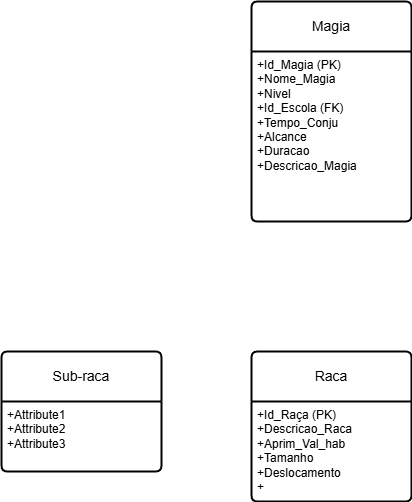
Above: magias.drawio.png in VitorFonseca123/DnD-RPG (draw.io), before the change. Source tidied: cells renumbered, new cells last; positions are measured from the earlier drawing's top-left corner, leaving out a move shared by most shapes. Its diagram source:
```xml
<mxGraphModel>
  <root>
    <mxCell id="0" />
    <mxCell id="1" parent="0" />
    <mxCell id="2" value="Magia" style="swimlane;horizontal=1;startSize=50;rounded=1;fontSize=14;fontStyle=0;strokeWidth=2;shadow=0;dashed=0;align=center;arcSize=4;whiteSpace=wrap;html=1;" parent="1" vertex="1">
      <mxGeometry x="250" width="160" height="220" as="geometry" />
    </mxCell>
    <mxCell id="3" value="+Id_Magia (PK)&lt;br&gt;+Nome_Magia&lt;div&gt;+Nivel&lt;/div&gt;&lt;div&gt;+Id_Escola (FK)&lt;br&gt;+Tempo_Conju&amp;nbsp;&lt;div&gt;+Alcance&lt;/div&gt;&lt;div&gt;+Duracao&lt;/div&gt;&lt;div&gt;+Descricao_Magia&lt;/div&gt;&lt;/div&gt;" style="align=left;strokeColor=none;fillColor=none;spacingLeft=4;spacingRight=4;fontSize=12;verticalAlign=top;html=1;whiteSpace=wrap;" parent="2" vertex="1">
      <mxGeometry y="50" width="160" height="170" as="geometry" />
    </mxCell>
    <mxCell id="4" value="Raca" style="swimlane;horizontal=1;startSize=50;rounded=1;fontSize=14;fontStyle=0;strokeWidth=2;shadow=0;dashed=0;align=center;arcSize=4;whiteSpace=wrap;html=1;rotation=0;" parent="1" vertex="1">
      <mxGeometry x="250" y="350" width="160" height="150" as="geometry" />
    </mxCell>
    <mxCell id="5" value="+Id_Raça (PK)&lt;br&gt;+Descricao_Raca&lt;br&gt;+Aprim_Val_hab&lt;div&gt;+Tamanho&lt;/div&gt;&lt;div&gt;+Deslocamento&lt;/div&gt;&lt;div&gt;+&lt;/div&gt;" style="align=left;strokeColor=none;fillColor=none;spacingLeft=4;spacingRight=4;fontSize=12;verticalAlign=top;html=1;whiteSpace=wrap;" parent="4" vertex="1">
      <mxGeometry y="50" width="160" height="100" as="geometry" />
    </mxCell>
    <mxCell id="6" value="Sub-raca" style="swimlane;horizontal=1;startSize=50;rounded=1;fontSize=14;fontStyle=0;strokeWidth=2;shadow=0;dashed=0;align=center;arcSize=4;whiteSpace=wrap;html=1;" parent="1" vertex="1">
      <mxGeometry y="350" width="160" height="120" as="geometry" />
    </mxCell>
    <mxCell id="7" value="+Attribute1&#10;+Attribute2&#10;+Attribute3" style="align=left;strokeColor=none;fillColor=none;spacingLeft=4;spacingRight=4;fontSize=12;verticalAlign=top;html=1;whiteSpace=wrap;" parent="6" vertex="1">
      <mxGeometry y="50" width="160" height="70" as="geometry" />
    </mxCell>
  </root>
</mxGraphModel>
```
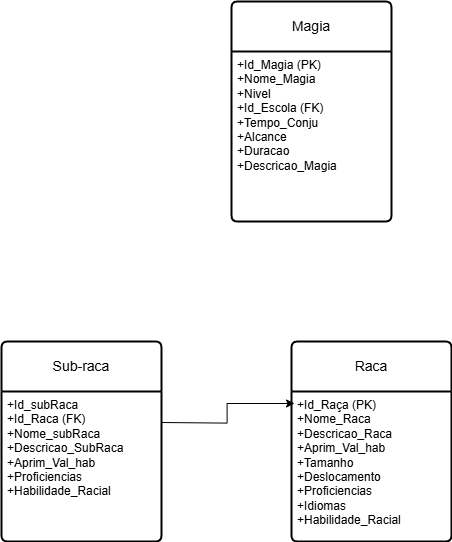
Later version of the same file.

The edit, as a diff of the source:
```diff
@@ -9,16 +9,21 @@
       <mxGeometry y="50" width="160" height="170" as="geometry" />
     </mxCell>
     <mxCell id="4" value="Raca" style="swimlane;horizontal=1;startSize=50;rounded=1;fontSize=14;fontStyle=0;strokeWidth=2;shadow=0;dashed=0;align=center;arcSize=4;whiteSpace=wrap;html=1;rotation=0;" parent="1" vertex="1">
-      <mxGeometry x="250" y="350" width="160" height="150" as="geometry" />
+      <mxGeometry x="310" y="340" width="160" height="200" as="geometry" />
     </mxCell>
-    <mxCell id="5" value="+Id_Raça (PK)&lt;br&gt;+Descricao_Raca&lt;br&gt;+Aprim_Val_hab&lt;div&gt;+Tamanho&lt;/div&gt;&lt;div&gt;+Deslocamento&lt;/div&gt;&lt;div&gt;+&lt;/div&gt;" style="align=left;strokeColor=none;fillColor=none;spacingLeft=4;spacingRight=4;fontSize=12;verticalAlign=top;html=1;whiteSpace=wrap;" parent="4" vertex="1">
-      <mxGeometry y="50" width="160" height="100" as="geometry" />
+    <mxCell id="5" value="+Id_Raça (PK)&lt;br&gt;+Nome_Raca&lt;br&gt;&lt;div&gt;+Descricao_Raca&lt;br&gt;+Aprim_Val_hab&lt;div&gt;+Tamanho&lt;/div&gt;&lt;div&gt;+Deslocamento&lt;/div&gt;&lt;div&gt;+Proficiencias&lt;/div&gt;&lt;/div&gt;&lt;div&gt;+Idiomas&lt;/div&gt;&lt;div&gt;+Habilidade_Racial&lt;/div&gt;" style="align=left;strokeColor=none;fillColor=none;spacingLeft=4;spacingRight=4;fontSize=12;verticalAlign=top;html=1;whiteSpace=wrap;rotation=0;" parent="4" vertex="1">
+      <mxGeometry y="50" width="160" height="150" as="geometry" />
     </mxCell>
-    <mxCell id="6" value="Sub-raca" style="swimlane;horizontal=1;startSize=50;rounded=1;fontSize=14;fontStyle=0;strokeWidth=2;shadow=0;dashed=0;align=center;arcSize=4;whiteSpace=wrap;html=1;" parent="1" vertex="1">
-      <mxGeometry y="350" width="160" height="120" as="geometry" />
+    <mxCell id="6" value="Sub-raca" style="swimlane;horizontal=1;startSize=50;rounded=1;fontSize=14;fontStyle=0;strokeWidth=2;shadow=0;dashed=0;align=center;arcSize=4;whiteSpace=wrap;html=1;rotation=0;" parent="1" vertex="1">
+      <mxGeometry x="20" y="340" width="160" height="200" as="geometry" />
     </mxCell>
-    <mxCell id="7" value="+Attribute1&#10;+Attribute2&#10;+Attribute3" style="align=left;strokeColor=none;fillColor=none;spacingLeft=4;spacingRight=4;fontSize=12;verticalAlign=top;html=1;whiteSpace=wrap;" parent="6" vertex="1">
-      <mxGeometry y="50" width="160" height="70" as="geometry" />
+    <mxCell id="7" value="+Id_subRaca&lt;div&gt;+Id_Raca (FK)&lt;br&gt;&lt;div&gt;+Nome_subRaca&lt;br&gt;+Descricao_SubRaca&lt;br&gt;+&lt;span style=&quot;background-color: transparent; color: light-dark(rgb(0, 0, 0), rgb(255, 255, 255));&quot;&gt;Aprim_Val_hab&lt;/span&gt;&lt;/div&gt;&lt;div&gt;&lt;span style=&quot;background-color: transparent; color: light-dark(rgb(0, 0, 0), rgb(255, 255, 255));&quot;&gt;+Proficiencias&lt;/span&gt;&lt;/div&gt;&lt;div&gt;&lt;span style=&quot;background-color: transparent; color: light-dark(rgb(0, 0, 0), rgb(255, 255, 255));&quot;&gt;+Habilidade_Racial&lt;/span&gt;&lt;/div&gt;&lt;/div&gt;" style="align=left;strokeColor=none;fillColor=none;spacingLeft=4;spacingRight=4;fontSize=12;verticalAlign=top;html=1;whiteSpace=wrap;" parent="6" vertex="1">
+      <mxGeometry y="50" width="160" height="150" as="geometry" />
     </mxCell>
+    <mxCell id="8" style="edgeStyle=orthogonalEdgeStyle;rounded=0;jettySize=auto;html=1;entryX=0.019;entryY=0.08;entryDx=0;entryDy=0;entryPerimeter=0;" parent="1" edge="1" target="5">
+      <mxGeometry relative="1" as="geometry">
+        <mxPoint x="180" y="421" as="sourcePoint" />
+      </mxGeometry>
+    </mxCell>
   </root>
 </mxGraphModel>
```
